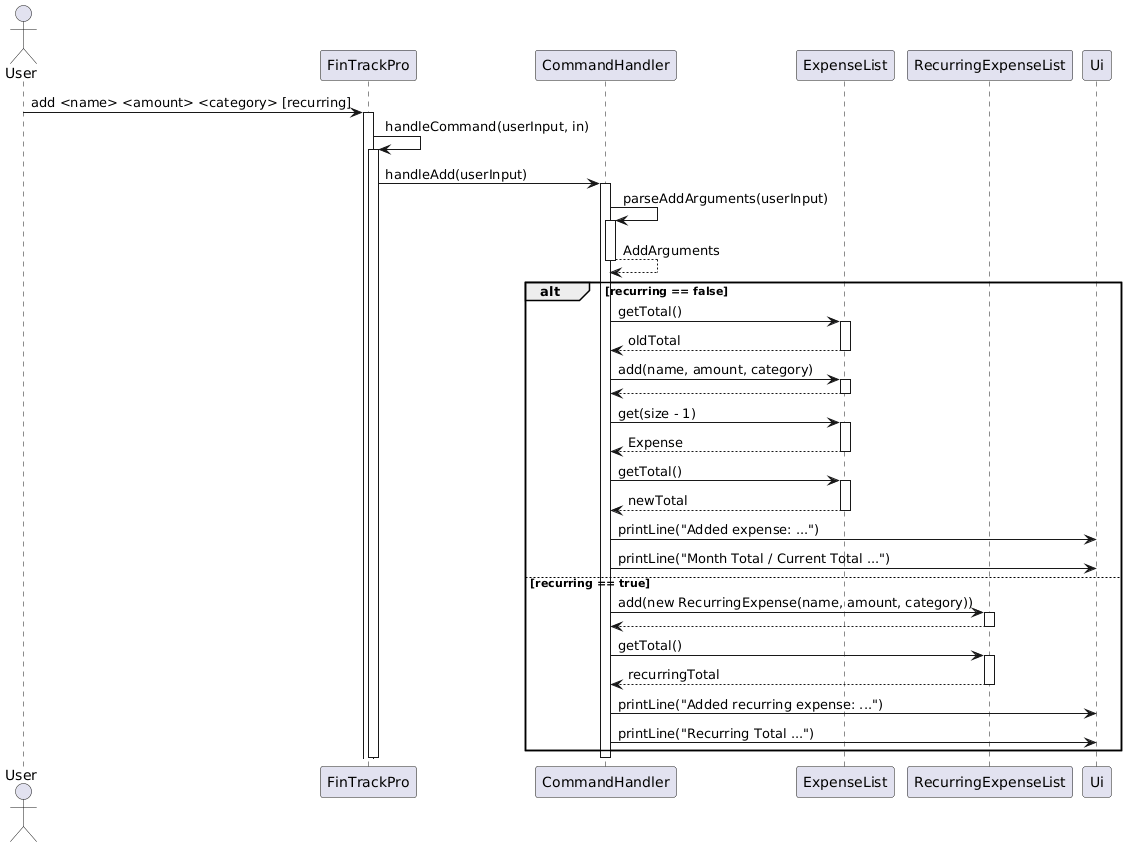
Before: docs/diagram/AddExpense-SequenceDiagram.png, a diagram exported from PlantUML (Jairusljr/tP). The source it was exported from:
```plantuml
@startuml
actor User
participant FinTrackPro
participant CommandHandler
participant ExpenseList
participant RecurringExpenseList
participant Ui

User -> FinTrackPro: add <name> <amount> <category> [recurring]
activate FinTrackPro

FinTrackPro -> FinTrackPro: handleCommand(userInput, in)
activate FinTrackPro

FinTrackPro -> CommandHandler: handleAdd(userInput)
activate CommandHandler

CommandHandler -> CommandHandler: parseAddArguments(userInput)
activate CommandHandler
CommandHandler --> CommandHandler: AddArguments
deactivate CommandHandler

alt recurring == false
    CommandHandler -> ExpenseList: getTotal()
    activate ExpenseList
    ExpenseList --> CommandHandler: oldTotal
    deactivate ExpenseList

    CommandHandler -> ExpenseList: add(name, amount, category)
    activate ExpenseList
    ExpenseList --> CommandHandler
    deactivate ExpenseList

    CommandHandler -> ExpenseList: get(size - 1)
    activate ExpenseList
    ExpenseList --> CommandHandler: Expense
    deactivate ExpenseList

    CommandHandler -> ExpenseList: getTotal()
    activate ExpenseList
    ExpenseList --> CommandHandler: newTotal
    deactivate ExpenseList

    CommandHandler -> Ui: printLine("Added expense: ...")
    CommandHandler -> Ui: printLine("Month Total / Current Total ...")

else recurring == true
    CommandHandler -> RecurringExpenseList: add(new RecurringExpense(name, amount, category))
    activate RecurringExpenseList
    RecurringExpenseList --> CommandHandler
    deactivate RecurringExpenseList

    CommandHandler -> RecurringExpenseList: getTotal()
    activate RecurringExpenseList
    RecurringExpenseList --> CommandHandler: recurringTotal
    deactivate RecurringExpenseList

    CommandHandler -> Ui: printLine("Added recurring expense: ...")
    CommandHandler -> Ui: printLine("Recurring Total ...")
end

deactivate CommandHandler
deactivate FinTrackPro
@enduml
```
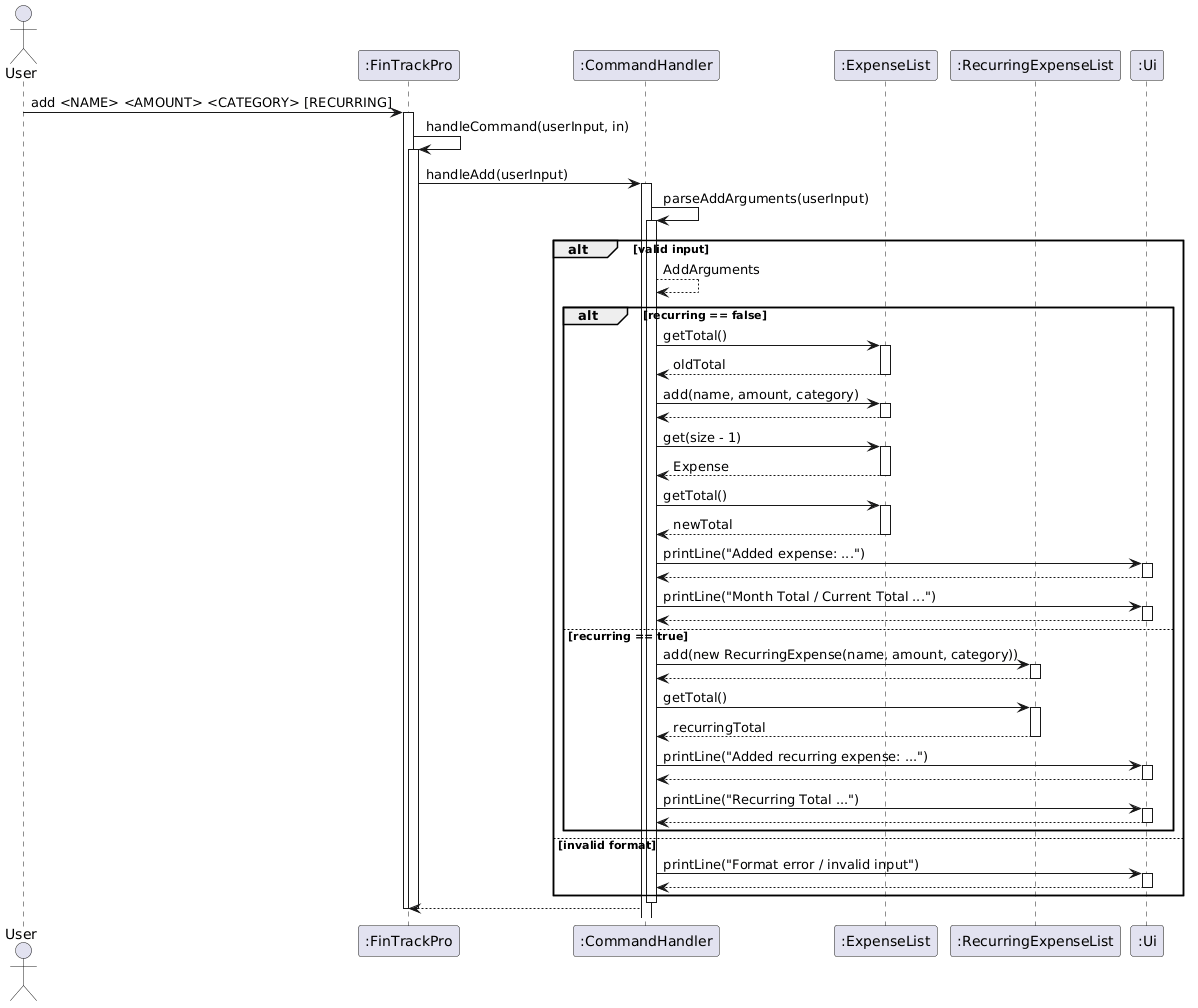
The same diagram one commit later.

What changed in the source:
```diff
@@ -1,64 +1,89 @@
 @startuml
 actor User
-participant FinTrackPro
-participant CommandHandler
-participant ExpenseList
-participant RecurringExpenseList
-participant Ui
 
-User -> FinTrackPro: add <name> <amount> <category> [recurring]
+participant ":FinTrackPro" as FinTrackPro
+participant ":CommandHandler" as CommandHandler
+participant ":ExpenseList" as ExpenseList
+participant ":RecurringExpenseList" as RecurringExpenseList
+participant ":Ui" as Ui
+
+User -> FinTrackPro : add <NAME> <AMOUNT> <CATEGORY> [RECURRING]
 activate FinTrackPro
 
-FinTrackPro -> FinTrackPro: handleCommand(userInput, in)
+FinTrackPro -> FinTrackPro : handleCommand(userInput, in)
 activate FinTrackPro
 
-FinTrackPro -> CommandHandler: handleAdd(userInput)
+FinTrackPro -> CommandHandler : handleAdd(userInput)
 activate CommandHandler
 
-CommandHandler -> CommandHandler: parseAddArguments(userInput)
+CommandHandler -> CommandHandler : parseAddArguments(userInput)
 activate CommandHandler
-CommandHandler --> CommandHandler: AddArguments
-deactivate CommandHandler
 
-alt recurring == false
-    CommandHandler -> ExpenseList: getTotal()
-    activate ExpenseList
-    ExpenseList --> CommandHandler: oldTotal
-    deactivate ExpenseList
+alt valid input
+    CommandHandler --> CommandHandler : AddArguments
 
-    CommandHandler -> ExpenseList: add(name, amount, category)
-    activate ExpenseList
-    ExpenseList --> CommandHandler
-    deactivate ExpenseList
+    alt recurring == false
+        CommandHandler -> ExpenseList : getTotal()
+        activate ExpenseList
+        ExpenseList --> CommandHandler : oldTotal
+        deactivate ExpenseList
 
-    CommandHandler -> ExpenseList: get(size - 1)
-    activate ExpenseList
-    ExpenseList --> CommandHandler: Expense
-    deactivate ExpenseList
+        CommandHandler -> ExpenseList : add(name, amount, category)
+        activate ExpenseList
+        ExpenseList --> CommandHandler
+        deactivate ExpenseList
 
-    CommandHandler -> ExpenseList: getTotal()
-    activate ExpenseList
-    ExpenseList --> CommandHandler: newTotal
-    deactivate ExpenseList
+        CommandHandler -> ExpenseList : get(size - 1)
+        activate ExpenseList
+        ExpenseList --> CommandHandler : Expense
+        deactivate ExpenseList
 
-    CommandHandler -> Ui: printLine("Added expense: ...")
-    CommandHandler -> Ui: printLine("Month Total / Current Total ...")
+        CommandHandler -> ExpenseList : getTotal()
+        activate ExpenseList
+        ExpenseList --> CommandHandler : newTotal
+        deactivate ExpenseList
 
-else recurring == true
-    CommandHandler -> RecurringExpenseList: add(new RecurringExpense(name, amount, category))
-    activate RecurringExpenseList
-    RecurringExpenseList --> CommandHandler
-    deactivate RecurringExpenseList
+        CommandHandler -> Ui : printLine("Added expense: ...")
+        activate Ui
+        Ui --> CommandHandler
+        deactivate Ui
 
-    CommandHandler -> RecurringExpenseList: getTotal()
-    activate RecurringExpenseList
-    RecurringExpenseList --> CommandHandler: recurringTotal
-    deactivate RecurringExpenseList
+        CommandHandler -> Ui : printLine("Month Total / Current Total ...")
+        activate Ui
+        Ui --> CommandHandler
+        deactivate Ui
 
-    CommandHandler -> Ui: printLine("Added recurring expense: ...")
-    CommandHandler -> Ui: printLine("Recurring Total ...")
+    else recurring == true
+        CommandHandler -> RecurringExpenseList : add(new RecurringExpense(name, amount, category))
+        activate RecurringExpenseList
+        RecurringExpenseList --> CommandHandler
+        deactivate RecurringExpenseList
+
+        CommandHandler -> RecurringExpenseList : getTotal()
+        activate RecurringExpenseList
+        RecurringExpenseList --> CommandHandler : recurringTotal
+        deactivate RecurringExpenseList
+
+        CommandHandler -> Ui : printLine("Added recurring expense: ...")
+        activate Ui
+        Ui --> CommandHandler
+        deactivate Ui
+
+        CommandHandler -> Ui : printLine("Recurring Total ...")
+        activate Ui
+        Ui --> CommandHandler
+        deactivate Ui
+    end
+
+else invalid format
+    CommandHandler -> Ui : printLine("Format error / invalid input")
+    activate Ui
+    Ui --> CommandHandler
+    deactivate Ui
 end
 
 deactivate CommandHandler
+CommandHandler --> FinTrackPro
+deactivate FinTrackPro
 deactivate FinTrackPro
 @enduml
```
